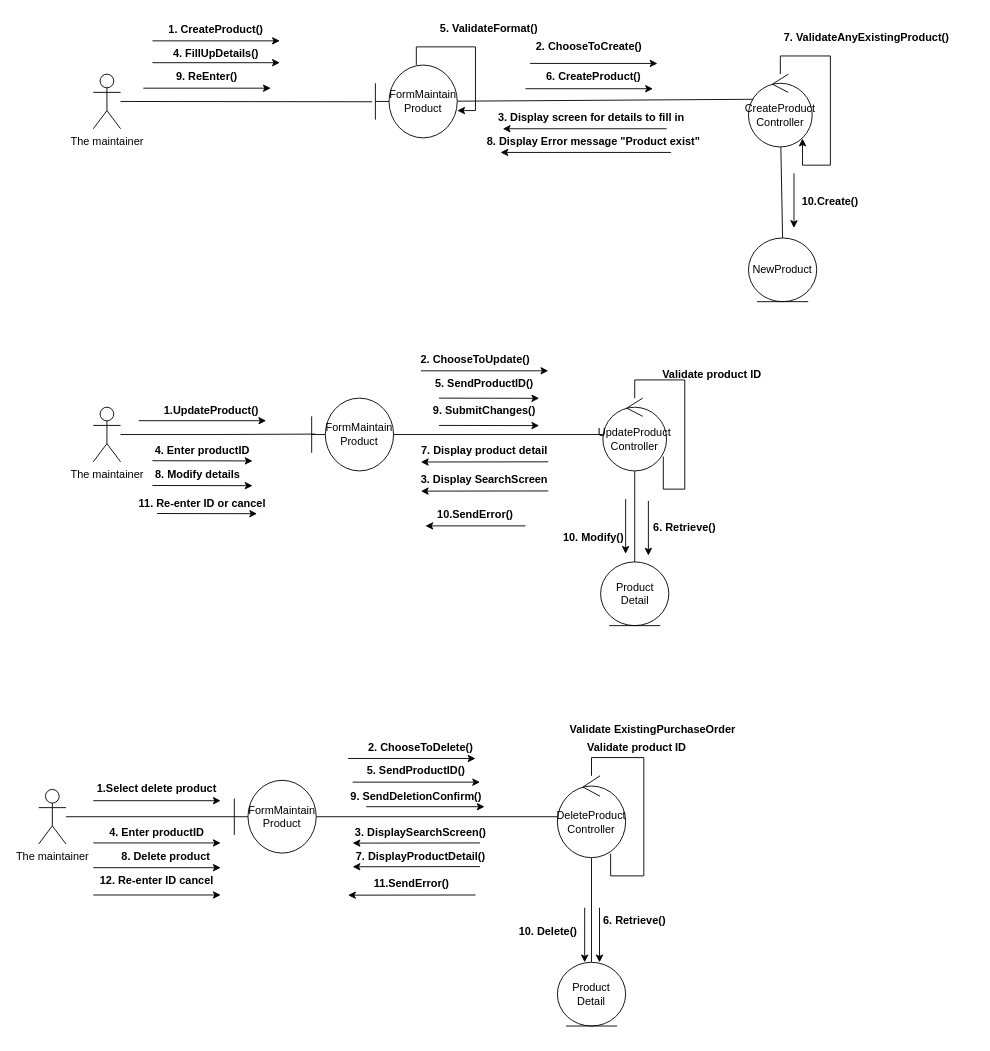
This is page "Page-1" (1 of 2) of SDM Day 2 practise.drawio from liye000/UsercaseDiagram, a draw.io file, before an edit. Source tidied: cells renumbered, new cells numbered last; positions are measured from the earlier drawing's top-left corner, leaving out a move shared by most shapes. Both pictures are drawn from the tidied source at 91%, with x=0, y=0 at pixel (38, 15).
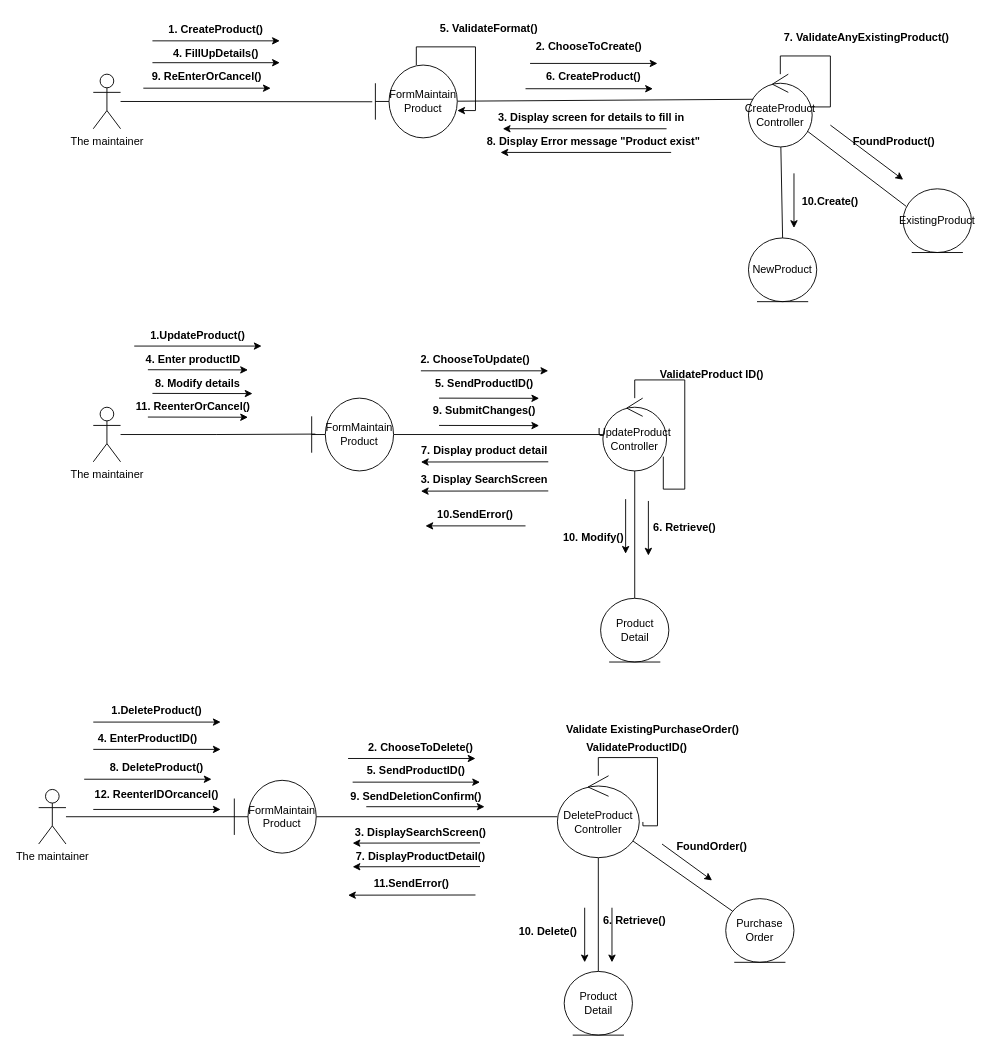
After the change.

Unchanged cells that the change refers to:
```xml
<mxCell id="9" value="CreateProduct&lt;br&gt;Controller" style="ellipse;shape=umlControl;whiteSpace=wrap;html=1;" parent="1" vertex="1">
  <mxGeometry x="780" y="64" width="70" height="80" as="geometry" />
</mxCell>
```

Change to the diagram source:
```diff
@@
     <mxCell id="8" style="edgeStyle=orthogonalEdgeStyle;rounded=0;orthogonalLoop=1;jettySize=auto;html=1;endArrow=classic;endFill=1;entryX=0.848;entryY=0.885;entryDx=0;entryDy=0;entryPerimeter=0;" parent="1" edge="1" source="9" target="9">
-      <mxGeometry relative="1" as="geometry" />
+      <mxGeometry relative="1" as="geometry">
+        <Array as="points">
+          <mxPoint x="815" y="44" />
+          <mxPoint x="870" y="44" />
+          <mxPoint x="870" y="100" />
+          <mxPoint x="839" y="100" />
+        </Array>
+      </mxGeometry>
     </mxCell>
+    <mxCell id="96" style="edgeStyle=none;rounded=0;jettySize=auto;html=1;entryX=0.045;entryY=0.276;entryDx=0;entryDy=0;entryPerimeter=0;startArrow=none;startFill=0;endArrow=none;endFill=0;" parent="1" edge="1" source="9" target="101">
+      <mxGeometry relative="1" as="geometry" />
+    </mxCell>
@@
-    <mxCell id="19" value="9. ReEnter()" style="text;align=center;fontStyle=1;verticalAlign=middle;spacingLeft=3;spacingRight=3;strokeColor=none;" parent="1" vertex="1">
+    <mxCell id="19" value="9. ReEnterOrCancel()" style="text;align=center;fontStyle=1;verticalAlign=middle;spacingLeft=3;spacingRight=3;strokeColor=none;" parent="1" vertex="1">
       <mxGeometry x="145" y="53.4" width="80" height="26" as="geometry" />
     </mxCell>
@@
     <mxCell id="24" value="1.UpdateProduct()" style="text;align=center;fontStyle=1;verticalAlign=middle;spacingLeft=3;spacingRight=3;strokeColor=none;" parent="1" vertex="1">
-      <mxGeometry x="150" y="420" width="80" height="26" as="geometry" />
+      <mxGeometry x="135" y="338" width="80" height="26" as="geometry" />
     </mxCell>
@@
     <mxCell id="30" value="4. Enter productID" style="text;align=center;fontStyle=1;verticalAlign=middle;spacingLeft=3;spacingRight=3;strokeColor=none;" parent="1" vertex="1">
-      <mxGeometry x="140" y="464" width="80" height="26" as="geometry" />
+      <mxGeometry x="130" y="364" width="80" height="26" as="geometry" />
     </mxCell>
@@
-    <mxCell id="32" value="Validate product ID" style="text;align=center;fontStyle=1;verticalAlign=middle;spacingLeft=3;spacingRight=3;strokeColor=none;" parent="1" vertex="1">
+    <mxCell id="32" value="ValidateProduct ID()" style="text;align=center;fontStyle=1;verticalAlign=middle;spacingLeft=3;spacingRight=3;strokeColor=none;" parent="1" vertex="1">
       <mxGeometry x="700" y="380" width="80" height="26" as="geometry" />
     </mxCell>
     <mxCell id="33" value="Product Detail" style="ellipse;shape=umlEntity;whiteSpace=wrap;html=1;" parent="1" vertex="1">
-      <mxGeometry x="617.5" y="600" width="75" height="70" as="geometry" />
+      <mxGeometry x="617.5" y="640" width="75" height="70" as="geometry" />
     </mxCell>
@@
     <mxCell id="35" value="8. Modify details" style="text;align=center;fontStyle=1;verticalAlign=middle;spacingLeft=3;spacingRight=3;strokeColor=none;" parent="1" vertex="1">
-      <mxGeometry x="135" y="490" width="80" height="26" as="geometry" />
+      <mxGeometry x="135" y="390" width="80" height="26" as="geometry" />
     </mxCell>
@@
-    <mxCell id="39" value="11. Re-enter ID or cancel" style="text;align=center;fontStyle=1;verticalAlign=middle;spacingLeft=3;spacingRight=3;strokeColor=none;" parent="1" vertex="1">
-      <mxGeometry x="140" y="522" width="80" height="26" as="geometry" />
+    <mxCell id="39" value="11. ReenterOrCancel()" style="text;align=center;fontStyle=1;verticalAlign=middle;spacingLeft=3;spacingRight=3;strokeColor=none;" parent="1" vertex="1">
+      <mxGeometry x="130" y="416" width="80" height="26" as="geometry" />
     </mxCell>
@@
+    <mxCell id="97" style="rounded=0;jettySize=auto;html=1;startArrow=none;startFill=0;endArrow=none;endFill=0;" parent="1" edge="1" source="45" target="98">
+      <mxGeometry relative="1" as="geometry" />
+    </mxCell>
     <mxCell id="45" value="DeleteProduct&lt;br&gt;Controller" style="ellipse;shape=umlControl;whiteSpace=wrap;html=1;" parent="1" vertex="1">
-      <mxGeometry x="570" y="835" width="75" height="90" as="geometry" />
+      <mxGeometry x="570" y="835" width="90" height="90" as="geometry" />
     </mxCell>
-    <mxCell id="46" value="1.Select delete product" style="text;align=center;fontStyle=1;verticalAlign=middle;spacingLeft=3;spacingRight=3;strokeColor=none;" parent="1" vertex="1">
-      <mxGeometry x="90" y="835" width="80" height="26" as="geometry" />
+    <mxCell id="46" value="1.DeleteProduct()" style="text;align=center;fontStyle=1;verticalAlign=middle;spacingLeft=3;spacingRight=3;strokeColor=none;" parent="1" vertex="1">
+      <mxGeometry x="90" y="750" width="80" height="26" as="geometry" />
     </mxCell>
@@
-    <mxCell id="49" value="4. Enter productID" style="text;align=center;fontStyle=1;verticalAlign=middle;spacingLeft=3;spacingRight=3;strokeColor=none;" parent="1" vertex="1">
-      <mxGeometry x="90" y="884" width="80" height="26" as="geometry" />
+    <mxCell id="49" value="4. EnterProductID()" style="text;align=center;fontStyle=1;verticalAlign=middle;spacingLeft=3;spacingRight=3;strokeColor=none;" parent="1" vertex="1">
+      <mxGeometry x="80" y="780" width="80" height="26" as="geometry" />
     </mxCell>
@@
-    <mxCell id="52" style="edgeStyle=orthogonalEdgeStyle;rounded=0;orthogonalLoop=1;jettySize=auto;html=1;entryX=0.78;entryY=0.952;entryDx=0;entryDy=0;entryPerimeter=0;endArrow=none;endFill=0;" parent="1" edge="1" source="45" target="45">
-      <mxGeometry relative="1" as="geometry" />
+    <mxCell id="52" style="edgeStyle=orthogonalEdgeStyle;rounded=0;orthogonalLoop=1;jettySize=auto;html=1;entryX=1.044;entryY=0.564;entryDx=0;entryDy=0;entryPerimeter=0;endArrow=none;endFill=0;" parent="1" edge="1" source="45" target="45">
+      <mxGeometry relative="1" as="geometry">
+        <Array as="points">
+          <mxPoint x="615" y="815" />
+          <mxPoint x="680" y="815" />
+          <mxPoint x="680" y="890" />
+          <mxPoint x="664" y="890" />
+        </Array>
+      </mxGeometry>
     </mxCell>
-    <mxCell id="53" value="Validate product ID" style="text;align=center;fontStyle=1;verticalAlign=middle;spacingLeft=3;spacingRight=3;strokeColor=none;" parent="1" vertex="1">
+    <mxCell id="53" value="ValidateProductID()" style="text;align=center;fontStyle=1;verticalAlign=middle;spacingLeft=3;spacingRight=3;strokeColor=none;" parent="1" vertex="1">
       <mxGeometry x="617.5" y="790" width="80" height="26" as="geometry" />
     </mxCell>
     <mxCell id="54" value="Product Detail" style="ellipse;shape=umlEntity;whiteSpace=wrap;html=1;" parent="1" vertex="1">
-      <mxGeometry x="570" y="1040" width="75" height="70" as="geometry" />
+      <mxGeometry x="577.5" y="1050" width="75" height="70" as="geometry" />
     </mxCell>
@@
-    <mxCell id="57" value="8. Delete product" style="text;align=center;fontStyle=1;verticalAlign=middle;spacingLeft=3;spacingRight=3;strokeColor=none;" parent="1" vertex="1">
-      <mxGeometry x="100" y="910" width="80" height="26" as="geometry" />
+    <mxCell id="57" value="8. DeleteProduct()" style="text;align=center;fontStyle=1;verticalAlign=middle;spacingLeft=3;spacingRight=3;strokeColor=none;" parent="1" vertex="1">
+      <mxGeometry x="90" y="812.8" width="80" height="26" as="geometry" />
     </mxCell>
@@
-    <mxCell id="61" value="12. Re-enter ID cancel" style="text;align=center;fontStyle=1;verticalAlign=middle;spacingLeft=3;spacingRight=3;strokeColor=none;" parent="1" vertex="1">
-      <mxGeometry x="90" y="936" width="80" height="26" as="geometry" />
+    <mxCell id="61" value="12. ReenterIDOrcancel()" style="text;align=center;fontStyle=1;verticalAlign=middle;spacingLeft=3;spacingRight=3;strokeColor=none;" parent="1" vertex="1">
+      <mxGeometry x="90" y="842" width="80" height="26" as="geometry" />
     </mxCell>
-    <mxCell id="62" value="Validate ExistingPurchaseOrder" style="text;align=center;fontStyle=1;verticalAlign=middle;spacingLeft=3;spacingRight=3;strokeColor=none;" parent="1" vertex="1">
+    <mxCell id="62" value="Validate ExistingPurchaseOrder()" style="text;align=center;fontStyle=1;verticalAlign=middle;spacingLeft=3;spacingRight=3;strokeColor=none;" parent="1" vertex="1">
       <mxGeometry x="635" y="770" width="80" height="26" as="geometry" />
     </mxCell>
@@
     <mxCell id="71" style="endArrow=classic;html=1;" parent="1" edge="1">
       <mxGeometry relative="1" as="geometry">
-        <mxPoint x="110" y="444.8" as="sourcePoint" />
-        <mxPoint x="250" y="444.8" as="targetPoint" />
+        <mxPoint x="105" y="362.8" as="sourcePoint" />
+        <mxPoint x="245" y="362.8" as="targetPoint" />
       </mxGeometry>
     </mxCell>
@@
     <mxCell id="74" style="endArrow=classic;html=1;" parent="1" edge="1">
       <mxGeometry relative="1" as="geometry">
-        <mxPoint x="125" y="488.8" as="sourcePoint" />
-        <mxPoint x="235" y="489" as="targetPoint" />
+        <mxPoint x="120" y="388.8" as="sourcePoint" />
+        <mxPoint x="230" y="389" as="targetPoint" />
       </mxGeometry>
     </mxCell>
@@
     <mxCell id="78" style="endArrow=classic;html=1;" parent="1" edge="1">
       <mxGeometry relative="1" as="geometry">
-        <mxPoint x="125" y="516" as="sourcePoint" />
-        <mxPoint x="235" y="516.2" as="targetPoint" />
+        <mxPoint x="125" y="414.8" as="sourcePoint" />
+        <mxPoint x="235" y="415" as="targetPoint" />
       </mxGeometry>
     </mxCell>
@@
     <mxCell id="83" style="endArrow=classic;html=1;" parent="1" edge="1">
       <mxGeometry relative="1" as="geometry">
-        <mxPoint x="130" y="546.8" as="sourcePoint" />
-        <mxPoint x="240" y="547" as="targetPoint" />
+        <mxPoint x="120" y="440.8" as="sourcePoint" />
+        <mxPoint x="230" y="441" as="targetPoint" />
       </mxGeometry>
     </mxCell>
     <mxCell id="84" style="endArrow=classic;html=1;" parent="1" edge="1">
       <mxGeometry relative="1" as="geometry">
-        <mxPoint x="60" y="862.4" as="sourcePoint" />
-        <mxPoint x="200" y="862.4" as="targetPoint" />
+        <mxPoint x="60" y="776" as="sourcePoint" />
+        <mxPoint x="200" y="776" as="targetPoint" />
       </mxGeometry>
     </mxCell>
@@
     <mxCell id="87" style="endArrow=classic;html=1;" parent="1" edge="1">
       <mxGeometry relative="1" as="geometry">
-        <mxPoint x="60" y="908.8" as="sourcePoint" />
-        <mxPoint x="200" y="908.8" as="targetPoint" />
+        <mxPoint x="60" y="806" as="sourcePoint" />
+        <mxPoint x="200" y="806" as="targetPoint" />
       </mxGeometry>
     </mxCell>
@@
     <mxCell id="89" style="endArrow=classic;html=1;" parent="1" edge="1">
       <mxGeometry relative="1" as="geometry">
-        <mxPoint x="616.3" y="980" as="sourcePoint" />
-        <mxPoint x="616.3" y="1040" as="targetPoint" />
+        <mxPoint x="630" y="980" as="sourcePoint" />
+        <mxPoint x="630" y="1040" as="targetPoint" />
       </mxGeometry>
     </mxCell>
@@
     <mxCell id="94" style="endArrow=classic;html=1;" parent="1" edge="1">
       <mxGeometry relative="1" as="geometry">
-        <mxPoint x="60" y="936" as="sourcePoint" />
-        <mxPoint x="200" y="936" as="targetPoint" />
+        <mxPoint x="50" y="838.8" as="sourcePoint" />
+        <mxPoint x="190" y="838.8" as="targetPoint" />
       </mxGeometry>
     </mxCell>
     <mxCell id="95" style="endArrow=classic;html=1;" parent="1" edge="1">
       <mxGeometry relative="1" as="geometry">
-        <mxPoint x="60" y="966" as="sourcePoint" />
-        <mxPoint x="200" y="966" as="targetPoint" />
+        <mxPoint x="60" y="872" as="sourcePoint" />
+        <mxPoint x="200" y="872" as="targetPoint" />
       </mxGeometry>
     </mxCell>
+    <mxCell id="98" value="Purchase&lt;br&gt;Order" style="ellipse;shape=umlEntity;whiteSpace=wrap;html=1;" parent="1" vertex="1">
+      <mxGeometry x="755" y="970" width="75" height="70" as="geometry" />
+    </mxCell>
+    <mxCell id="99" value="FoundOrder()" style="text;align=center;fontStyle=1;verticalAlign=middle;spacingLeft=3;spacingRight=3;strokeColor=none;" parent="1" vertex="1">
+      <mxGeometry x="700" y="899" width="80" height="26" as="geometry" />
+    </mxCell>
+    <mxCell id="100" style="endArrow=classic;html=1;" parent="1" edge="1">
+      <mxGeometry relative="1" as="geometry">
+        <mxPoint x="685" y="910" as="sourcePoint" />
+        <mxPoint x="740" y="950" as="targetPoint" />
+      </mxGeometry>
+    </mxCell>
+    <mxCell id="101" value="ExistingProduct" style="ellipse;shape=umlEntity;whiteSpace=wrap;html=1;" parent="1" vertex="1">
+      <mxGeometry x="950" y="190" width="75" height="70" as="geometry" />
+    </mxCell>
+    <mxCell id="102" value="FoundProduct()" style="text;align=center;fontStyle=1;verticalAlign=middle;spacingLeft=3;spacingRight=3;strokeColor=none;" parent="1" vertex="1">
+      <mxGeometry x="900" y="124" width="80" height="26" as="geometry" />
+    </mxCell>
+    <mxCell id="103" style="endArrow=classic;html=1;" parent="1" edge="1">
+      <mxGeometry relative="1" as="geometry">
+        <mxPoint x="870" y="120" as="sourcePoint" />
+        <mxPoint x="950" y="180" as="targetPoint" />
+      </mxGeometry>
+    </mxCell>
```
